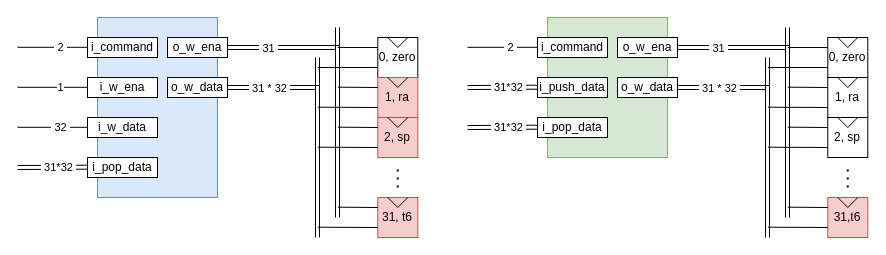
Earlier version of the draw.io diagram images/instance_reg.drawio (hippo-rv/veryl_stacked_regfile). Source tidied: cells renumbered, new cells numbered last; positions are measured from the earlier drawing's top-left corner, leaving out a move shared by most shapes. Both pictures are drawn from the tidied source at 100%, with x=0, y=0 at pixel (17, 17).
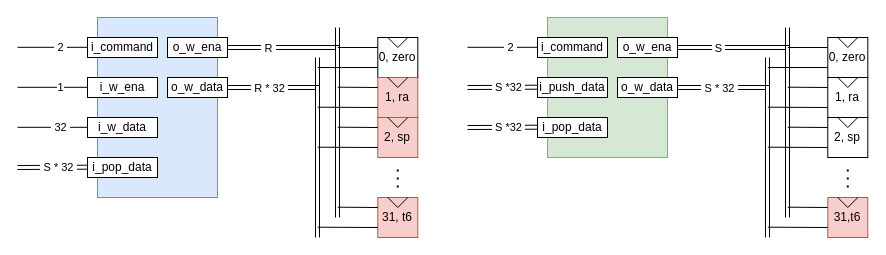
The same page after the edit.

The change refers to these unchanged cells:
```xml
<mxCell id="14" style="shape=link;html=1;rounded=0;exitX=1;exitY=0.5;exitDx=0;exitDy=0;" parent="1" edge="1">
  <mxGeometry relative="1" as="geometry">
    <mxPoint x="210" y="30" as="sourcePoint" />
    <mxPoint x="320" y="200" as="targetPoint" />
    <Array as="points">
      <mxPoint x="320" y="30" />
    </Array>
  </mxGeometry>
</mxCell>
<mxCell id="20" style="shape=link;html=1;rounded=0;exitX=1;exitY=0.5;exitDx=0;exitDy=0;" parent="1" edge="1" source="25">
  <mxGeometry relative="1" as="geometry">
    <mxPoint x="300" y="220" as="targetPoint" />
    <Array as="points">
      <mxPoint x="300" y="70" />
    </Array>
  </mxGeometry>
</mxCell>
<mxCell id="29" style="shape=link;html=1;rounded=0;" parent="1" edge="1">
  <mxGeometry relative="1" as="geometry">
    <mxPoint y="150" as="sourcePoint" />
    <mxPoint x="70" y="149.7" as="targetPoint" />
  </mxGeometry>
</mxCell>
<mxCell id="52" style="shape=link;html=1;rounded=0;exitX=1;exitY=0.5;exitDx=0;exitDy=0;" parent="1" edge="1">
  <mxGeometry relative="1" as="geometry">
    <mxPoint x="660" y="30" as="sourcePoint" />
    <mxPoint x="770" y="200" as="targetPoint" />
    <Array as="points">
      <mxPoint x="770" y="30" />
    </Array>
  </mxGeometry>
</mxCell>
<mxCell id="58" style="shape=link;html=1;rounded=0;exitX=1;exitY=0.5;exitDx=0;exitDy=0;" parent="1" edge="1" source="63">
  <mxGeometry relative="1" as="geometry">
    <mxPoint x="750" y="220" as="targetPoint" />
    <Array as="points">
      <mxPoint x="750" y="70" />
    </Array>
  </mxGeometry>
</mxCell>
<mxCell id="65" style="shape=link;html=1;rounded=0;" parent="1" edge="1">
  <mxGeometry relative="1" as="geometry">
    <mxPoint x="450" y="110" as="sourcePoint" />
    <mxPoint x="520" y="109.7" as="targetPoint" />
  </mxGeometry>
</mxCell>
<mxCell id="73" style="shape=link;html=1;rounded=0;" parent="1" edge="1">
  <mxGeometry relative="1" as="geometry">
    <mxPoint x="450" y="70" as="sourcePoint" />
    <mxPoint x="520" y="69.7" as="targetPoint" />
  </mxGeometry>
</mxCell>
```

Diff of the diagram source:
```diff
@@
-    <mxCell id="15" value="&amp;nbsp;31&amp;nbsp;" style="edgeLabel;html=1;align=center;verticalAlign=middle;" parent="14" vertex="1">
+    <mxCell id="15" value="&amp;nbsp;R&amp;nbsp;" style="edgeLabel;html=1;align=center;verticalAlign=middle;" parent="14" vertex="1">
       <mxGeometry x="-0.68" y="2" relative="1" as="geometry">
         <mxPoint x="-5" y="2" as="offset" />
       </mxGeometry>
     </mxCell>
@@
-    <mxCell id="21" value="&amp;nbsp;31 * 32&amp;nbsp;" style="edgeLabel;html=1;align=center;verticalAlign=middle;" parent="20" vertex="1">
+    <mxCell id="21" value="&amp;nbsp;R * 32&amp;nbsp;" style="edgeLabel;html=1;align=center;verticalAlign=middle;" parent="20" vertex="1">
       <mxGeometry x="-0.66" y="1" relative="1" as="geometry">
         <mxPoint y="1" as="offset" />
       </mxGeometry>
     </mxCell>
@@
-    <mxCell id="30" value="&amp;nbsp;31*32&amp;nbsp;" style="edgeLabel;html=1;align=center;verticalAlign=middle;" parent="29" vertex="1">
+    <mxCell id="30" value="&amp;nbsp;S * 32&amp;nbsp;" style="edgeLabel;html=1;align=center;verticalAlign=middle;" parent="29" vertex="1">
       <mxGeometry x="0.14" y="-3" relative="1" as="geometry">
         <mxPoint y="-3" as="offset" />
       </mxGeometry>
     </mxCell>
@@
-    <mxCell id="53" value="&amp;nbsp;31&amp;nbsp;" style="edgeLabel;html=1;align=center;verticalAlign=middle;" parent="52" vertex="1">
+    <mxCell id="53" value="&amp;nbsp;S&amp;nbsp;" style="edgeLabel;html=1;align=center;verticalAlign=middle;" parent="52" vertex="1">
       <mxGeometry x="-0.68" y="2" relative="1" as="geometry">
         <mxPoint x="-5" y="2" as="offset" />
       </mxGeometry>
     </mxCell>
@@
-    <mxCell id="59" value="&amp;nbsp;31 * 32&amp;nbsp;" style="edgeLabel;html=1;align=center;verticalAlign=middle;" parent="58" vertex="1">
+    <mxCell id="59" value="&amp;nbsp;S * 32&amp;nbsp;" style="edgeLabel;html=1;align=center;verticalAlign=middle;" parent="58" vertex="1">
       <mxGeometry x="-0.66" y="1" relative="1" as="geometry">
         <mxPoint y="1" as="offset" />
       </mxGeometry>
     </mxCell>
@@
-    <mxCell id="66" value="&amp;nbsp;31*32&amp;nbsp;" style="edgeLabel;html=1;align=center;verticalAlign=middle;" parent="65" vertex="1">
+    <mxCell id="66" value="&amp;nbsp;S *32&amp;nbsp;" style="edgeLabel;html=1;align=center;verticalAlign=middle;" parent="65" vertex="1">
       <mxGeometry x="0.14" y="-3" relative="1" as="geometry">
         <mxPoint y="-3" as="offset" />
       </mxGeometry>
     </mxCell>
@@
-    <mxCell id="74" value="&amp;nbsp;31*32&amp;nbsp;" style="edgeLabel;html=1;align=center;verticalAlign=middle;" parent="73" vertex="1">
+    <mxCell id="74" value="&amp;nbsp;S *32&amp;nbsp;" style="edgeLabel;html=1;align=center;verticalAlign=middle;" parent="73" vertex="1">
       <mxGeometry x="0.14" y="-3" relative="1" as="geometry">
         <mxPoint y="-3" as="offset" />
       </mxGeometry>
     </mxCell>
```
